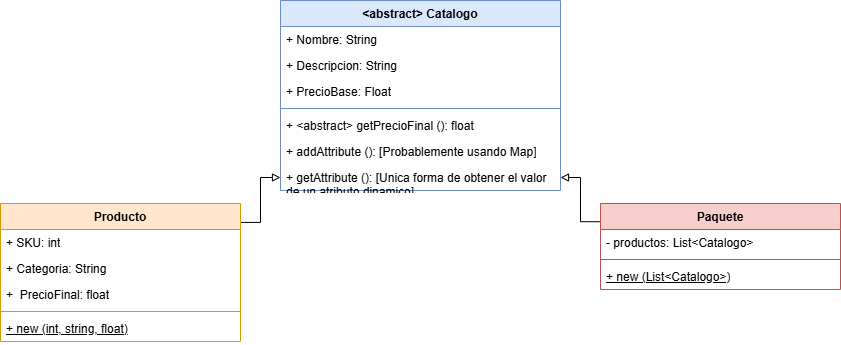
This is src/Catalogo/UML.png from saenzlucas/UNQShop, a draw.io export, as it was before one commit. Source tidied: cells renumbered, new cells last; positions are measured from the earlier drawing's top-left corner, leaving out a move shared by most shapes.
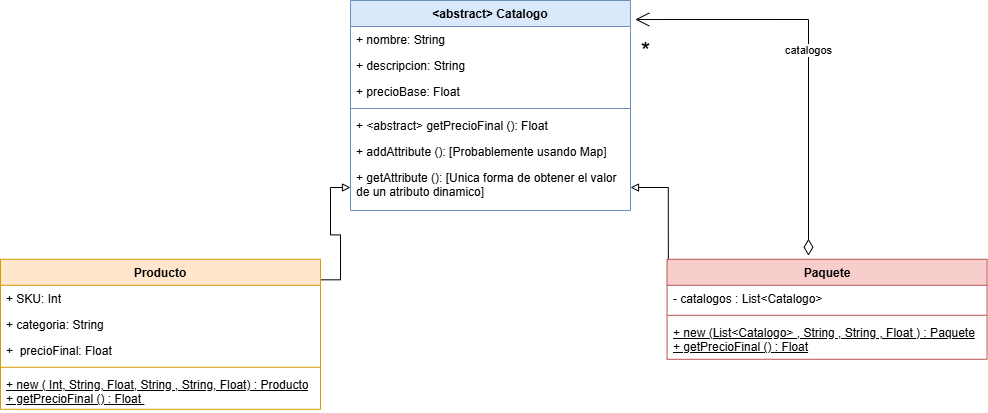
After the commit.

Diff of the diagram source:
```diff
@@ -6,61 +6,69 @@
       <mxGeometry relative="1" as="geometry" />
     </mxCell>
     <mxCell id="3" value="Producto" style="swimlane;fontStyle=1;align=center;verticalAlign=top;horizontal=1;startSize=26;whiteSpace=wrap;html=1;fillColor=#ffe6cc;strokeColor=#d79b00;" parent="1" vertex="1">
-      <mxGeometry y="203" width="240" height="138" as="geometry" />
+      <mxGeometry x="200" y="811.8" width="320" height="150" as="geometry" />
     </mxCell>
-    <mxCell id="4" value="+ SKU: int" style="text;strokeColor=none;fillColor=none;align=left;verticalAlign=top;spacingLeft=4;spacingRight=4;overflow=hidden;whiteSpace=wrap;html=1;" parent="3" vertex="1">
-      <mxGeometry y="26" width="240" height="26" as="geometry" />
-    </mxCell>
-    <mxCell id="5" value="+ Categoria: String" style="text;strokeColor=none;fillColor=none;align=left;verticalAlign=top;spacingLeft=4;spacingRight=4;overflow=hidden;whiteSpace=wrap;html=1;" parent="3" vertex="1">
-      <mxGeometry y="52" width="240" height="26" as="geometry" />
-    </mxCell>
-    <mxCell id="6" value="+&amp;nbsp; PrecioFinal: float" style="text;strokeColor=none;fillColor=none;align=left;verticalAlign=top;spacingLeft=4;spacingRight=4;overflow=hidden;whiteSpace=wrap;html=1;" parent="3" vertex="1">
-      <mxGeometry y="78" width="240" height="26" as="geometry" />
-    </mxCell>
-    <mxCell id="7" style="line;strokeWidth=1;fillColor=none;align=left;verticalAlign=middle;spacingTop=-1;spacingLeft=3;spacingRight=3;labelPosition=right;strokeColor=inherit;" parent="3" vertex="1">
-      <mxGeometry y="104" width="240" height="8" as="geometry" />
-    </mxCell>
-    <mxCell id="8" value="+ new (int, string, float)" style="text;strokeColor=none;fillColor=none;align=left;verticalAlign=top;spacingLeft=4;spacingRight=4;overflow=hidden;whiteSpace=wrap;html=1;fontStyle=4;" parent="3" vertex="1">
-      <mxGeometry y="112" width="240" height="26" as="geometry" />
-    </mxCell>
+    <mxCell id="22" value="+ SKU: Int" style="text;strokeColor=none;fillColor=none;align=left;verticalAlign=top;spacingLeft=4;spacingRight=4;overflow=hidden;whiteSpace=wrap;html=1;" parent="3" vertex="1">
+      <mxGeometry y="26" width="320" height="26" as="geometry" />
+    </mxCell>
+    <mxCell id="23" value="+ categoria: String" style="text;strokeColor=none;fillColor=none;align=left;verticalAlign=top;spacingLeft=4;spacingRight=4;overflow=hidden;whiteSpace=wrap;html=1;" parent="3" vertex="1">
+      <mxGeometry y="52" width="320" height="26" as="geometry" />
+    </mxCell>
+    <mxCell id="24" value="+&amp;nbsp; precioFinal: Float" style="text;strokeColor=none;fillColor=none;align=left;verticalAlign=top;spacingLeft=4;spacingRight=4;overflow=hidden;whiteSpace=wrap;html=1;" parent="3" vertex="1">
+      <mxGeometry y="78" width="320" height="26" as="geometry" />
+    </mxCell>
+    <mxCell id="25" style="line;strokeWidth=1;fillColor=none;align=left;verticalAlign=middle;spacingTop=-1;spacingLeft=3;spacingRight=3;labelPosition=right;strokeColor=inherit;" parent="3" vertex="1">
+      <mxGeometry y="104" width="320" height="8" as="geometry" />
+    </mxCell>
+    <mxCell id="26" value="+ new ( Int, String, Float, String , String, Float) : Producto&lt;div&gt;+ getPrecioFinal () : Float&amp;nbsp;&lt;/div&gt;" style="text;strokeColor=none;fillColor=none;align=left;verticalAlign=top;spacingLeft=4;spacingRight=4;overflow=hidden;whiteSpace=wrap;html=1;fontStyle=4;" parent="3" vertex="1">
+      <mxGeometry y="112" width="320" height="38" as="geometry" />
+    </mxCell>
     <mxCell id="9" value="&amp;lt;&lt;span style=&quot;background-color: transparent; color: light-dark(rgb(0, 0, 0), rgb(255, 255, 255));&quot;&gt;abstract&amp;gt; Catalogo&lt;/span&gt;" style="swimlane;fontStyle=1;align=center;verticalAlign=top;horizontal=1;startSize=26;whiteSpace=wrap;html=1;fillColor=#dae8fc;strokeColor=#6c8ebf;" parent="1" vertex="1">
-      <mxGeometry x="280" width="280" height="190" as="geometry" />
+      <mxGeometry x="550" y="553" width="280" height="210" as="geometry" />
     </mxCell>
-    <mxCell id="10" value="+ Nombre: String" style="text;strokeColor=none;fillColor=none;align=left;verticalAlign=top;spacingLeft=4;spacingRight=4;overflow=hidden;whiteSpace=wrap;html=1;" parent="9" vertex="1">
-      <mxGeometry y="26" width="280" height="26" as="geometry" />
-    </mxCell>
-    <mxCell id="11" value="+ Descripcion: String" style="text;strokeColor=none;fillColor=none;align=left;verticalAlign=top;spacingLeft=4;spacingRight=4;overflow=hidden;whiteSpace=wrap;html=1;" parent="9" vertex="1">
-      <mxGeometry y="52" width="280" height="26" as="geometry" />
-    </mxCell>
-    <mxCell id="12" value="+ PrecioBase: Float" style="text;strokeColor=none;fillColor=none;align=left;verticalAlign=top;spacingLeft=4;spacingRight=4;overflow=hidden;whiteSpace=wrap;html=1;" parent="9" vertex="1">
-      <mxGeometry y="78" width="280" height="26" as="geometry" />
-    </mxCell>
+    <mxCell id="27" value="+ nombre: String" style="text;strokeColor=none;fillColor=none;align=left;verticalAlign=top;spacingLeft=4;spacingRight=4;overflow=hidden;points=[[0,0.5],[1,0.5]];portConstraint=eastwest;whiteSpace=wrap;html=1;" parent="9" vertex="1">
+      <mxGeometry y="26" width="280" height="26" as="geometry" />
+    </mxCell>
+    <mxCell id="28" value="+ descripcion: String" style="text;strokeColor=none;fillColor=none;align=left;verticalAlign=top;spacingLeft=4;spacingRight=4;overflow=hidden;whiteSpace=wrap;html=1;" parent="9" vertex="1">
+      <mxGeometry y="52" width="280" height="26" as="geometry" />
+    </mxCell>
+    <mxCell id="29" value="+ precioBase: Float" style="text;strokeColor=none;fillColor=none;align=left;verticalAlign=top;spacingLeft=4;spacingRight=4;overflow=hidden;whiteSpace=wrap;html=1;" parent="9" vertex="1">
+      <mxGeometry y="78" width="280" height="26" as="geometry" />
+    </mxCell>
     <mxCell id="13" style="line;strokeWidth=1;fillColor=none;align=left;verticalAlign=middle;spacingTop=-1;spacingLeft=3;spacingRight=3;labelPosition=right;strokeColor=inherit;" parent="9" vertex="1">
       <mxGeometry y="104" width="280" height="8" as="geometry" />
     </mxCell>
-    <mxCell id="14" value="+ &amp;lt;abstract&amp;gt; getPrecioFinal (): float&lt;div&gt;&lt;br&gt;&lt;/div&gt;" style="text;strokeColor=none;fillColor=none;align=left;verticalAlign=top;spacingLeft=4;spacingRight=4;overflow=hidden;whiteSpace=wrap;html=1;" parent="9" vertex="1">
-      <mxGeometry y="112" width="280" height="26" as="geometry" />
-    </mxCell>
+    <mxCell id="30" value="+ &amp;lt;abstract&amp;gt; getPrecioFinal (): Float&lt;div&gt;&lt;br&gt;&lt;/div&gt;" style="text;strokeColor=none;fillColor=none;align=left;verticalAlign=top;spacingLeft=4;spacingRight=4;overflow=hidden;whiteSpace=wrap;html=1;" parent="9" vertex="1">
+      <mxGeometry y="112" width="280" height="26" as="geometry" />
+    </mxCell>
     <mxCell id="15" value="&lt;div&gt;+ addAttribute (): [Probablemente usando Map]&lt;/div&gt;" style="text;strokeColor=none;fillColor=none;align=left;verticalAlign=top;spacingLeft=4;spacingRight=4;overflow=hidden;whiteSpace=wrap;html=1;" parent="9" vertex="1">
       <mxGeometry y="138" width="280" height="26" as="geometry" />
     </mxCell>
     <mxCell id="16" value="&lt;div&gt;+ getAttribute ():&amp;nbsp;&lt;span style=&quot;background-color: transparent; color: light-dark(rgb(0, 0, 0), rgb(255, 255, 255));&quot;&gt;[Unica forma de obtener el valor de un atributo dinamico]&lt;/span&gt;&lt;/div&gt;" style="text;strokeColor=none;fillColor=none;align=left;verticalAlign=top;spacingLeft=4;spacingRight=4;overflow=hidden;points=[[0,0.5],[1,0.5]];portConstraint=eastwest;whiteSpace=wrap;html=1;" parent="9" vertex="1">
-      <mxGeometry y="164" width="280" height="26" as="geometry" />
+      <mxGeometry y="164" width="280" height="46" as="geometry" />
     </mxCell>
     <mxCell id="17" style="edgeStyle=orthogonalEdgeStyle;rounded=0;jettySize=auto;html=1;endArrow=block;endFill=0;exitX=0.004;exitY=0.212;exitDx=0;exitDy=0;exitPerimeter=0;" parent="1" edge="1" source="18" target="16">
       <mxGeometry relative="1" as="geometry" />
     </mxCell>
     <mxCell id="18" value="Paquete" style="swimlane;fontStyle=1;align=center;verticalAlign=top;horizontal=1;startSize=26;whiteSpace=wrap;html=1;fillColor=#f8cecc;strokeColor=#b85450;" parent="1" vertex="1">
-      <mxGeometry x="600" y="203" width="240" height="86" as="geometry" />
+      <mxGeometry x="866.6" y="811.8" width="320" height="100" as="geometry" />
     </mxCell>
-    <mxCell id="19" value="- productos: List&amp;lt;Catalogo&amp;gt;" style="text;strokeColor=none;fillColor=none;align=left;verticalAlign=top;spacingLeft=4;spacingRight=4;overflow=hidden;whiteSpace=wrap;html=1;" parent="18" vertex="1">
-      <mxGeometry y="26" width="240" height="26" as="geometry" />
-    </mxCell>
-    <mxCell id="20" style="line;strokeWidth=1;fillColor=none;align=left;verticalAlign=middle;spacingTop=-1;spacingLeft=3;spacingRight=3;labelPosition=right;strokeColor=inherit;" parent="18" vertex="1">
-      <mxGeometry y="52" width="240" height="8" as="geometry" />
-    </mxCell>
-    <mxCell id="21" value="+ new (List&amp;lt;Catalogo&amp;gt;)" style="text;strokeColor=none;fillColor=none;align=left;verticalAlign=top;spacingLeft=4;spacingRight=4;overflow=hidden;whiteSpace=wrap;html=1;fontStyle=4;" parent="18" vertex="1">
-      <mxGeometry y="60" width="240" height="26" as="geometry" />
-    </mxCell>
+    <mxCell id="31" value="- catalogos : List&amp;lt;Catalogo&amp;gt;" style="text;strokeColor=none;fillColor=none;align=left;verticalAlign=top;spacingLeft=4;spacingRight=4;overflow=hidden;whiteSpace=wrap;html=1;" parent="18" vertex="1">
+      <mxGeometry y="26" width="320" height="26" as="geometry" />
+    </mxCell>
+    <mxCell id="32" style="line;strokeWidth=1;fillColor=none;align=left;verticalAlign=middle;spacingTop=-1;spacingLeft=3;spacingRight=3;labelPosition=right;strokeColor=inherit;" parent="18" vertex="1">
+      <mxGeometry y="52" width="320" height="8" as="geometry" />
+    </mxCell>
+    <mxCell id="33" value="+ new (List&amp;lt;Catalogo&amp;gt; , String , String , Float ) : Paquete&lt;div&gt;+ getPrecioFinal () : Float&lt;/div&gt;" style="text;strokeColor=none;fillColor=none;align=left;verticalAlign=top;spacingLeft=4;spacingRight=4;overflow=hidden;whiteSpace=wrap;html=1;fontStyle=4;" parent="18" vertex="1">
+      <mxGeometry y="60" width="320" height="40" as="geometry" />
+    </mxCell>
+    <mxCell id="34" value="catalogos" style="endArrow=open;html=1;endSize=12;startArrow=diamondThin;startSize=14;startFill=0;edgeStyle=orthogonalEdgeStyle;rounded=0;exitX=0.442;exitY=-0.036;exitDx=0;exitDy=0;exitPerimeter=0;entryX=1.017;entryY=-0.269;entryDx=0;entryDy=0;entryPerimeter=0;" parent="1" edge="1" source="18" target="27">
+      <mxGeometry relative="1" as="geometry" />
+    </mxCell>
+    <mxCell id="35" value="&lt;font style=&quot;font-size: 24px;&quot;&gt;*&lt;/font&gt;" style="edgeLabel;html=1;align=right;verticalAlign=top;" parent="34" vertex="1">
+      <mxGeometry x="1" relative="1" as="geometry">
+        <mxPoint x="15" y="11" as="offset" />
+      </mxGeometry>
+    </mxCell>
   </root>
 </mxGraphModel>
```
